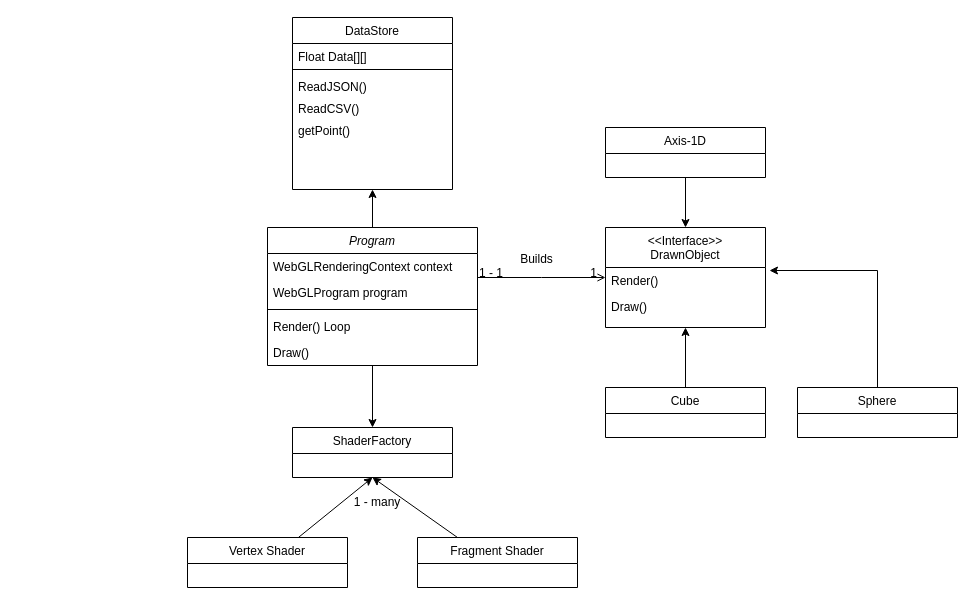
This is Docs/Design/Class_Diagram_Raw.drawio from SamHarbi/HonsProject-2023-Multidimensional-Plotter, a draw.io file, before an edit. Source tidied: cells renumbered, new cells numbered last; positions are measured from the earlier drawing's top-left corner, leaving out a move shared by most shapes. Both pictures are drawn from the tidied source at 100%, with x=0, y=0 at pixel (187, 17).
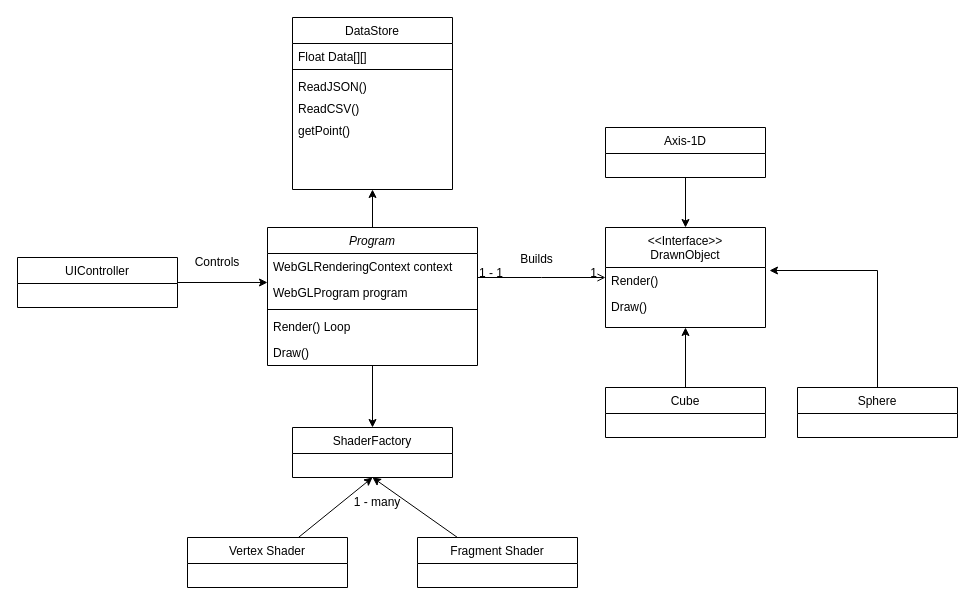
After the change.

Commit message (it also covers changes not shown here):
Add Class Diagram

Unchanged cells that the change refers to:
```xml
<mxCell id="4" value="WebGLProgram program" style="text;align=left;verticalAlign=top;spacingLeft=4;spacingRight=4;overflow=hidden;points=[[0,0.5],[1,0.5]];portConstraint=eastwest;rounded=0;shadow=0;html=0;" parent="2" vertex="1">
  <mxGeometry y="52" width="210" height="26" as="geometry" />
</mxCell>
```

What changed in the source:
```diff
@@
+    <mxCell id="35" value="UIController" style="swimlane;fontStyle=0;align=center;verticalAlign=top;horizontal=1;startSize=26;rounded=0;shadow=0;strokeWidth=1;" parent="1" vertex="1">
+      <mxGeometry x="-170" y="240" width="160" height="50" as="geometry" />
+    </mxCell>
+    <mxCell id="36" style="endArrow=classic;html=1;rounded=0;entryX=0;entryY=0.115;entryDx=0;entryDy=0;entryPerimeter=0;" parent="1" edge="1" target="4">
+      <mxGeometry relative="1" as="geometry">
+        <mxPoint x="-10" y="265" as="sourcePoint" />
+      </mxGeometry>
+    </mxCell>
+    <mxCell id="37" value="Controls" style="text;html=1;strokeColor=none;fillColor=none;align=center;verticalAlign=middle;whiteSpace=wrap;rounded=0;" parent="1" vertex="1">
+      <mxGeometry y="230" width="60" height="30" as="geometry" />
+    </mxCell>
```
